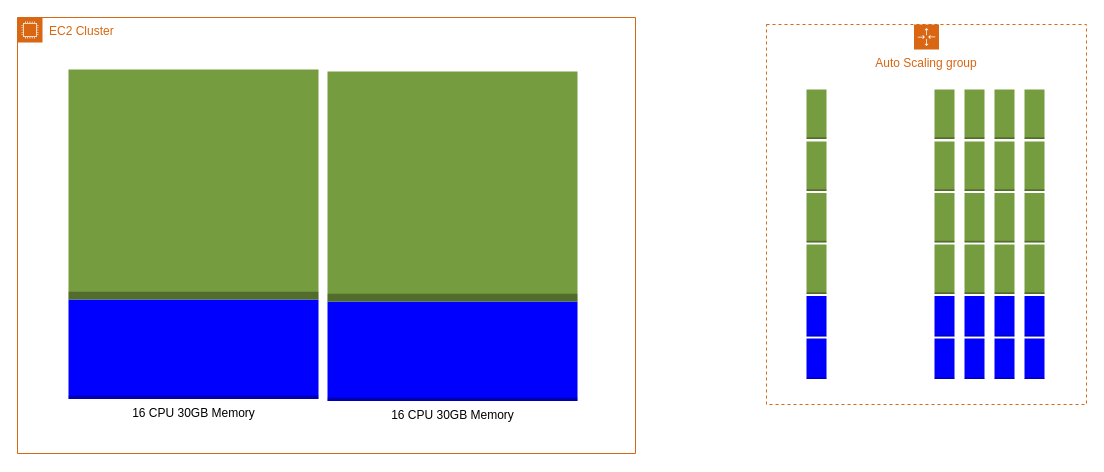
Above: page "Page-4" (4 of 4) of microservices-architecture.drawio in GitThisNeo/System-Integration-Diagrams (draw.io), before the change. Source tidied: cells renumbered, new cells numbered last; positions are measured from the earlier drawing's top-left corner, leaving out a move shared by most shapes. Both pictures are drawn from the tidied source at 100%, with x=0, y=0 at pixel (17, 17).
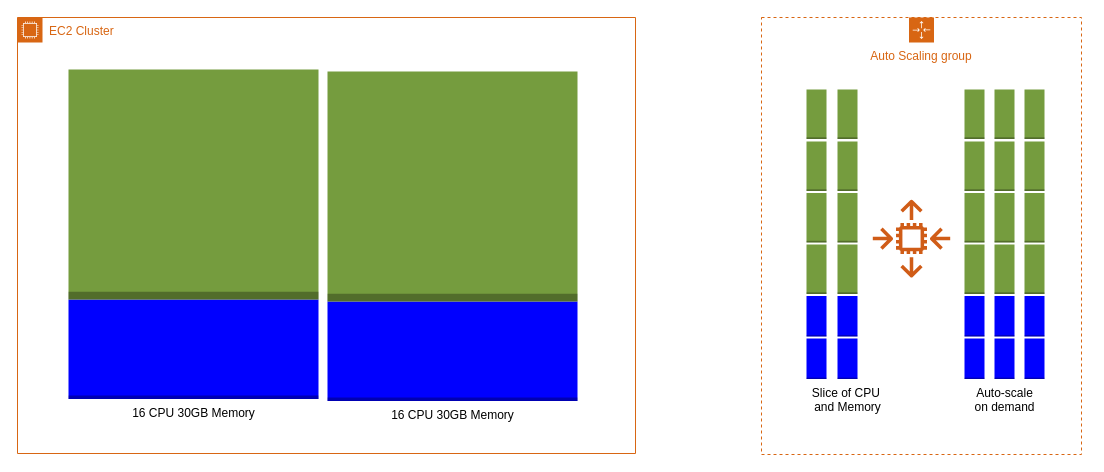
The same diagram, later.

Diff of the diagram source:
```diff
@@
     <mxCell id="2" value="Auto Scaling group" style="gradientColor=none;html=1;whiteSpace=wrap;fontSize=12;fontStyle=0;shape=mxgraph.aws4.groupCenter;grIcon=mxgraph.aws4.group_auto_scaling_group;grStroke=1;strokeColor=#D86613;fillColor=none;verticalAlign=top;align=center;fontColor=#D86613;dashed=1;spacingTop=25;" parent="1" vertex="1">
-      <mxGeometry x="749" y="7" width="320" height="380" as="geometry" />
+      <mxGeometry x="744" width="320" height="437" as="geometry" />
     </mxCell>
@@
     <mxCell id="11" style="dashed=0;verticalLabelPosition=bottom;verticalAlign=top;align=center;html=1;shape=mxgraph.aws3.stack_aws_opsworks;gradientColor=none;strokeColor=#000000;fillColor=#0000FF;" parent="1" vertex="1">
-      <mxGeometry x="917" y="278.5" width="20" height="40.5" as="geometry" />
+      <mxGeometry x="820" y="278.5" width="20" height="40.5" as="geometry" />
     </mxCell>
     <mxCell id="12" style="dashed=0;verticalLabelPosition=bottom;verticalAlign=top;align=center;html=1;shape=mxgraph.aws3.stack_aws_opsworks;fillColor=#759C3E;gradientColor=none;strokeColor=#000000;" parent="1" vertex="1">
-      <mxGeometry x="917" y="227" width="20" height="49.5" as="geometry" />
+      <mxGeometry x="820" y="227" width="20" height="49.5" as="geometry" />
     </mxCell>
-    <mxCell id="13" style="dashed=0;verticalLabelPosition=bottom;verticalAlign=top;align=center;html=1;shape=mxgraph.aws3.stack_aws_opsworks;gradientColor=none;strokeColor=#000000;fillColor=#0000FF;" parent="1" vertex="1">
-      <mxGeometry x="917" y="321" width="20" height="40.5" as="geometry" />
+    <mxCell id="13" value="Slice of CPU&amp;nbsp;&lt;br&gt;and Memory" style="dashed=0;verticalLabelPosition=bottom;verticalAlign=top;align=center;html=1;shape=mxgraph.aws3.stack_aws_opsworks;gradientColor=none;strokeColor=#000000;fillColor=#0000FF;" parent="1" vertex="1">
+      <mxGeometry x="820" y="321" width="20" height="40.5" as="geometry" />
     </mxCell>
     <mxCell id="14" style="dashed=0;verticalLabelPosition=bottom;verticalAlign=top;align=center;html=1;shape=mxgraph.aws3.stack_aws_opsworks;fillColor=#759C3E;gradientColor=none;strokeColor=#000000;" parent="1" vertex="1">
-      <mxGeometry x="917" y="175.5" width="20" height="49.5" as="geometry" />
+      <mxGeometry x="820" y="175.5" width="20" height="49.5" as="geometry" />
     </mxCell>
     <mxCell id="15" style="dashed=0;verticalLabelPosition=bottom;verticalAlign=top;align=center;html=1;shape=mxgraph.aws3.stack_aws_opsworks;fillColor=#759C3E;gradientColor=none;strokeColor=#000000;" parent="1" vertex="1">
-      <mxGeometry x="917" y="124" width="20" height="49.5" as="geometry" />
+      <mxGeometry x="820" y="124" width="20" height="49.5" as="geometry" />
     </mxCell>
     <mxCell id="16" style="dashed=0;verticalLabelPosition=bottom;verticalAlign=top;align=center;html=1;shape=mxgraph.aws3.stack_aws_opsworks;fillColor=#759C3E;gradientColor=none;strokeColor=#000000;" parent="1" vertex="1">
-      <mxGeometry x="917" y="72" width="20" height="49.5" as="geometry" />
+      <mxGeometry x="820" y="72" width="20" height="49.5" as="geometry" />
     </mxCell>
@@
-    <mxCell id="25" style="dashed=0;verticalLabelPosition=bottom;verticalAlign=top;align=center;html=1;shape=mxgraph.aws3.stack_aws_opsworks;gradientColor=none;strokeColor=#000000;fillColor=#0000FF;" parent="1" vertex="1">
+    <mxCell id="25" value="Auto-scale &lt;br&gt;on demand" style="dashed=0;verticalLabelPosition=bottom;verticalAlign=top;align=center;html=1;shape=mxgraph.aws3.stack_aws_opsworks;gradientColor=none;strokeColor=#000000;fillColor=#0000FF;" parent="1" vertex="1">
       <mxGeometry x="977" y="321" width="20" height="40.5" as="geometry" />
     </mxCell>
@@
+    <mxCell id="38" style="fontColor=#232F3E;gradientColor=none;fillColor=#D05C17;strokeColor=none;dashed=0;verticalLabelPosition=bottom;verticalAlign=top;align=center;html=1;fontSize=12;fontStyle=0;shape=mxgraph.aws4.auto_scaling2;" parent="1" vertex="1">
+      <mxGeometry x="855" y="182" width="78" height="78" as="geometry" />
+    </mxCell>
```
